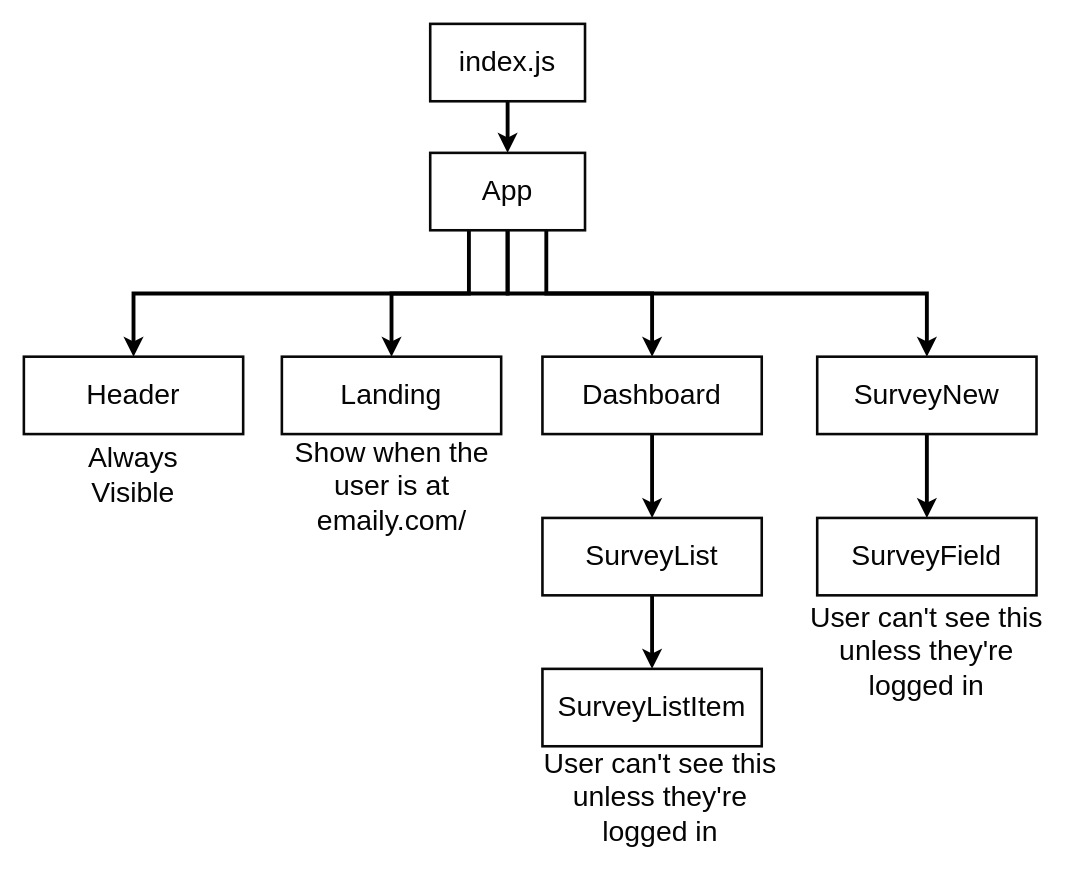
Moustamid/BoilerPlat keeps this draw.io diagram as page "005 - react router" (6 of 24) of diagrams/04/04.drawio. Above is the earlier version. Source tidied: cells renumbered, new cells numbered last; positions are measured from the earlier drawing's top-left corner, leaving out a move shared by most shapes. Both pictures are drawn from the tidied source at 129%, with x=0, y=0 at pixel (23, 23).
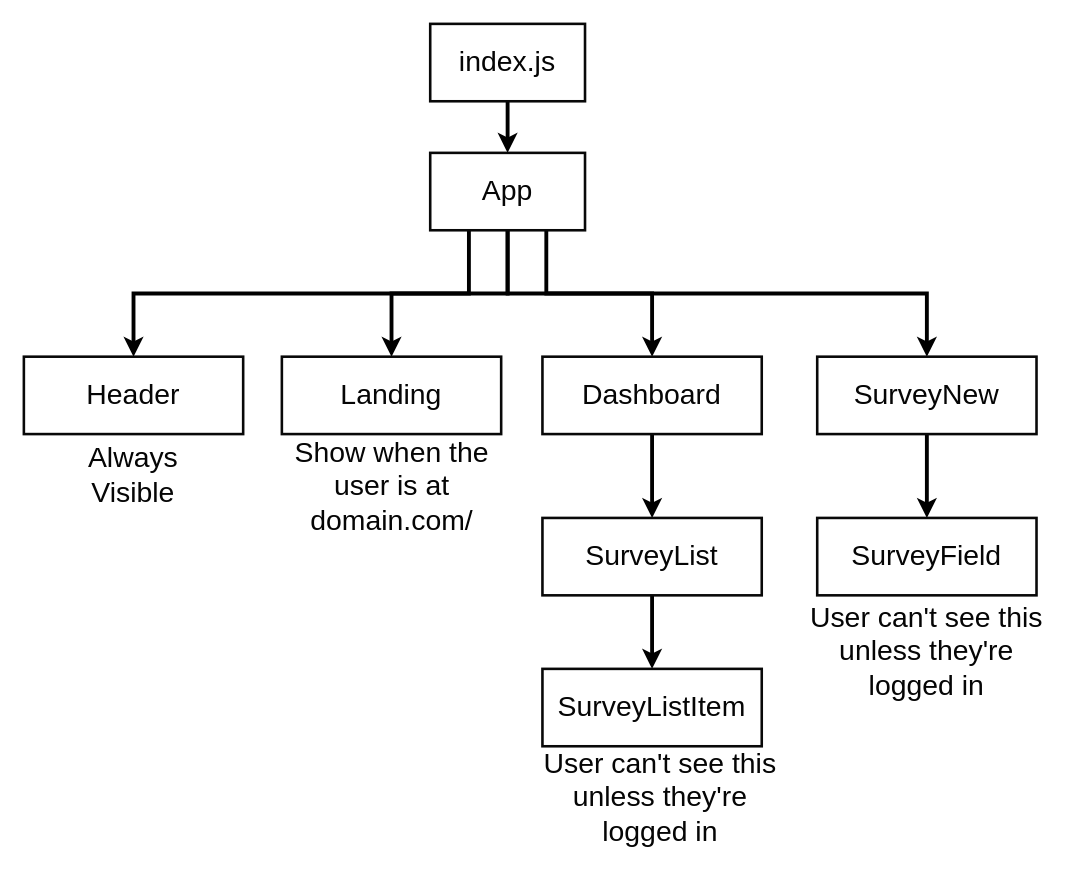
The same page after the edit.

Change to the diagram source:
```diff
@@
-    <mxCell id="18" value="Show when the user is at emaily.com/" style="text;html=1;strokeColor=none;fillColor=none;align=center;verticalAlign=middle;whiteSpace=wrap;rounded=0;shadow=0;labelBackgroundColor=none;fontSize=22;fontColor=#050505;" parent="1" vertex="1">
+    <mxCell id="18" value="Show when the user is at domain.com/" style="text;html=1;strokeColor=none;fillColor=none;align=center;verticalAlign=middle;whiteSpace=wrap;rounded=0;shadow=0;labelBackgroundColor=none;fontSize=22;fontColor=#050505;" parent="1" vertex="1">
       <mxGeometry x="203" y="349" width="165" height="20" as="geometry" />
     </mxCell>
```
